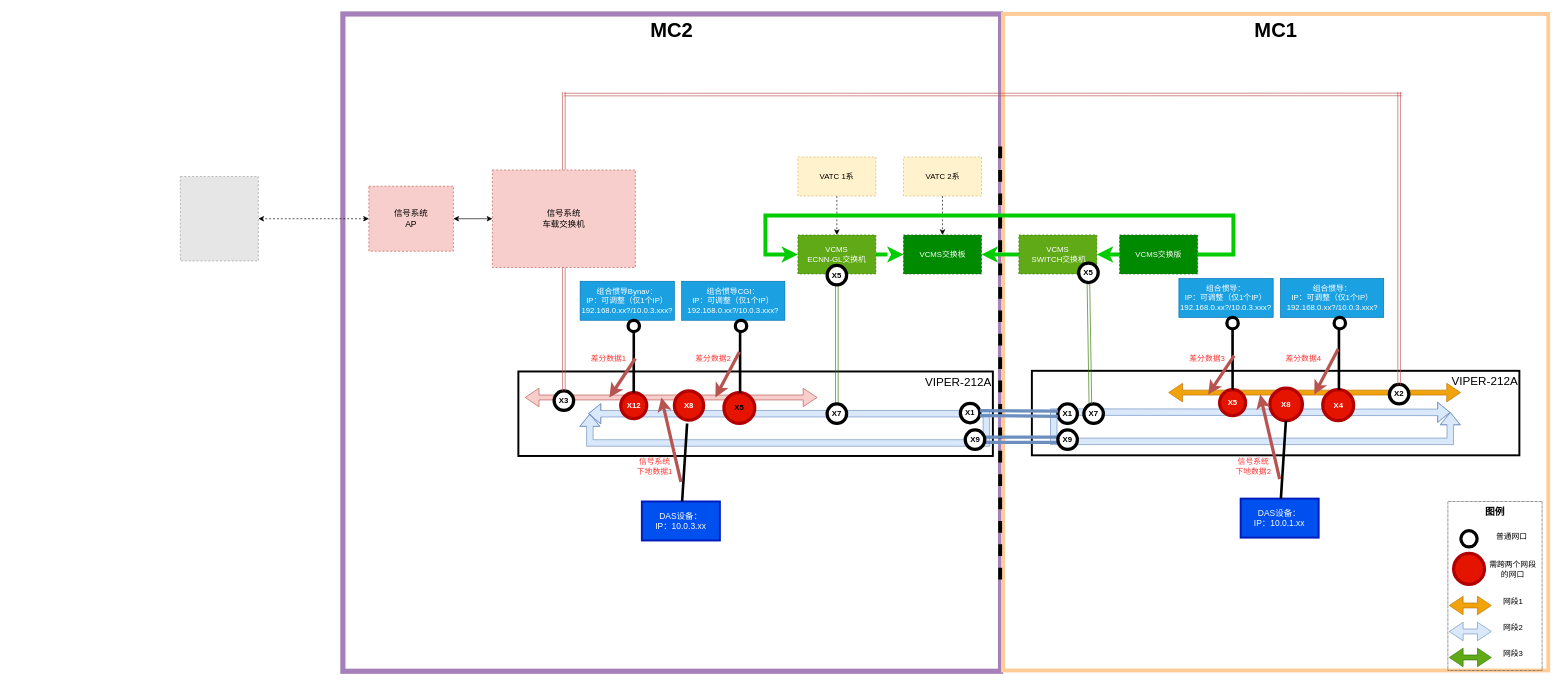
Earlier version of the draw.io diagram 差分下地链路-信号系统-DAS.drawio (FrankWong-cs/SharingwithColleagues). Source tidied: cells renumbered, new cells numbered last; positions are measured from the earlier drawing's top-left corner, leaving out a move shared by most shapes. Both pictures are drawn from the tidied source at 65%, with x=0, y=0 at pixel (180, 14). Pictures stored in the file or linked from it are replaced by grey dashed boxes.
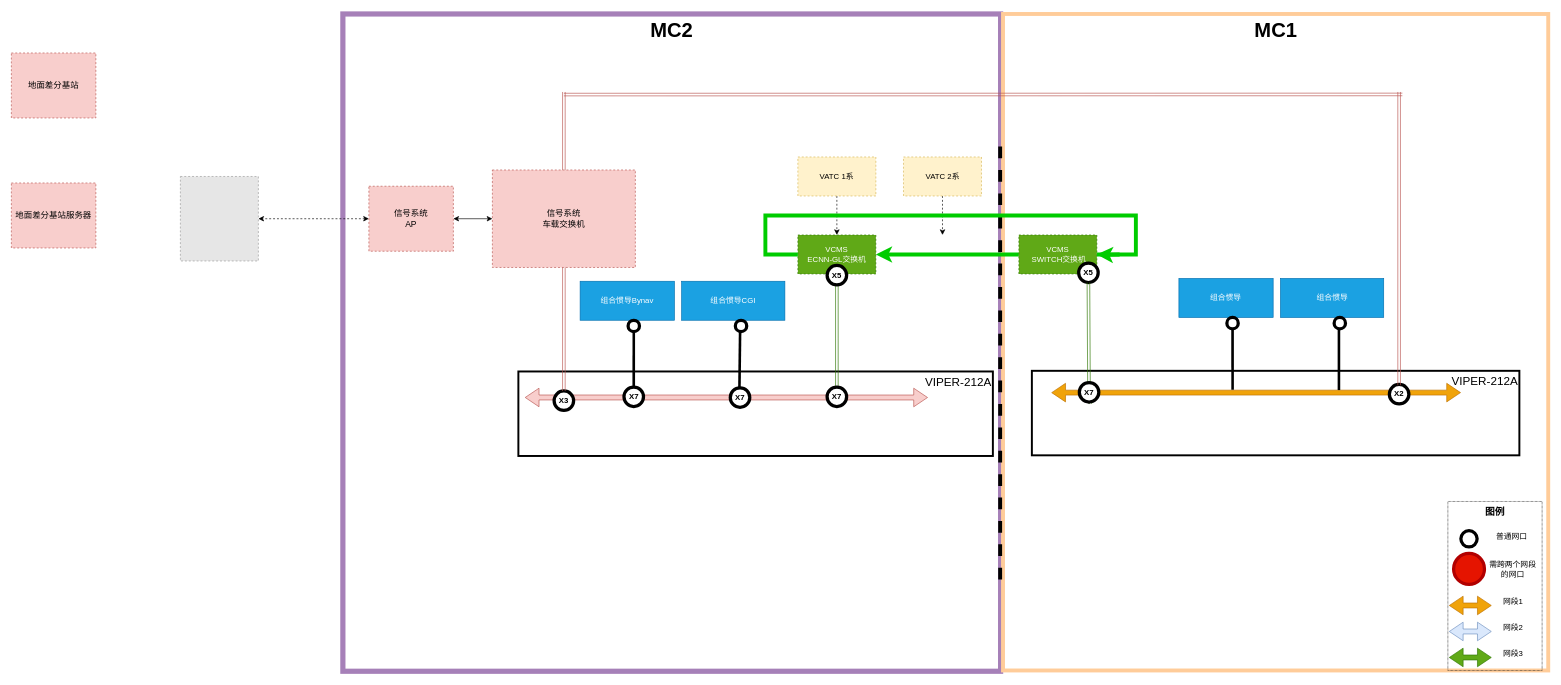
After the change.

Commit message (it also covers changes not shown here):
Update 差分下地链路-信号系统-DAS.drawio

The change refers to these unchanged cells:
```xml
<mxCell id="7" value="VATC 2系" style="rounded=0;whiteSpace=wrap;html=1;fillColor=#fff2cc;strokeColor=#d6b656;dashed=1;" parent="1" vertex="1">
  <mxGeometry x="1112.5" y="220" width="120" height="60" as="geometry" />
</mxCell>
<mxCell id="9" value="VCMS&lt;br&gt;ECNN-GL交换机" style="rounded=0;whiteSpace=wrap;html=1;fillColor=#60a917;strokeColor=#2D7600;dashed=1;fontColor=#ffffff;" parent="1" vertex="1">
  <mxGeometry x="950" y="340" width="120" height="60" as="geometry" />
</mxCell>
<mxCell id="12" value="&lt;font style=&quot;font-size: 18px;&quot;&gt;VIPER-212A&lt;/font&gt;" style="rounded=0;whiteSpace=wrap;html=1;fontSize=13;strokeWidth=3;verticalAlign=top;align=right;" parent="1" vertex="1">
  <mxGeometry x="520" y="550" width="730" height="130" as="geometry" />
</mxCell>
<mxCell id="23" style="ellipse;whiteSpace=wrap;html=1;fontStyle=1;strokeWidth=5;" parent="1" vertex="1">
  <mxGeometry x="688.8" y="471.2" width="17.5" height="17.5" as="geometry" />
</mxCell>
<mxCell id="29" value="VCMS&lt;br&gt;&amp;nbsp;SWITCH交换机" style="rounded=0;whiteSpace=wrap;html=1;fillColor=#60a917;strokeColor=#2D7600;dashed=1;fontColor=#ffffff;" parent="1" vertex="1">
  <mxGeometry x="1290" y="340" width="120" height="60" as="geometry" />
</mxCell>
<mxCell id="34" value="&lt;font style=&quot;font-size: 18px;&quot;&gt;VIPER-212A&lt;/font&gt;" style="rounded=0;whiteSpace=wrap;html=1;fontSize=13;strokeWidth=3;verticalAlign=top;direction=west;align=right;" parent="1" vertex="1">
  <mxGeometry x="1310" y="549" width="750" height="130" as="geometry" />
</mxCell>
<mxCell id="59" style="ellipse;whiteSpace=wrap;html=1;fontStyle=1;strokeWidth=5;" parent="1" vertex="1">
  <mxGeometry x="1610" y="466.9" width="17.5" height="17.5" as="geometry" />
</mxCell>
<mxCell id="77" value="X5" style="ellipse;whiteSpace=wrap;html=1;fontStyle=1;strokeWidth=5;fillColor=default;fontColor=default;strokeColor=default;" parent="1" vertex="1">
  <mxGeometry x="1382" y="383.2" width="30" height="30" as="geometry" />
</mxCell>
```

Diff of the diagram source:
```diff
@@
-    <mxCell id="6" style="edgeStyle=orthogonalEdgeStyle;rounded=0;jettySize=auto;html=1;exitX=0.5;exitY=1;exitDx=0;exitDy=0;dashed=1;" parent="1" edge="1" source="7" target="10">
-      <mxGeometry relative="1" as="geometry" />
+    <mxCell id="6" style="edgeStyle=orthogonalEdgeStyle;rounded=0;jettySize=auto;html=1;exitX=0.5;exitY=1;exitDx=0;exitDy=0;dashed=1;" parent="1" edge="1" source="7">
+      <mxGeometry relative="1" as="geometry">
+        <mxPoint x="1172.5" y="340" as="targetPoint" />
+      </mxGeometry>
     </mxCell>
@@
-    <mxCell id="8" style="edgeStyle=orthogonalEdgeStyle;rounded=0;jettySize=auto;html=1;exitX=1;exitY=0.5;exitDx=0;exitDy=0;entryX=0;entryY=0.5;entryDx=0;entryDy=0;dashed=1;strokeColor=#00CC00;strokeWidth=6;" parent="1" edge="1" source="9" target="10">
-      <mxGeometry relative="1" as="geometry" />
-    </mxCell>
@@
-    <mxCell id="10" value="VCMS交换板" style="rounded=0;whiteSpace=wrap;html=1;fillColor=#008a00;strokeColor=#005700;dashed=1;fontColor=#ffffff;" parent="1" vertex="1">
-      <mxGeometry x="1112.5" y="340" width="120" height="60" as="geometry" />
-    </mxCell>
@@
-    <mxCell id="14" value="DAS设备：&lt;br&gt;IP：10.0.3.xx" style="rounded=0;whiteSpace=wrap;html=1;fontSize=13;fillColor=#0050ef;strokeColor=#001DBC;strokeWidth=3;fontColor=#ffffff;" parent="1" vertex="1">
-      <mxGeometry x="710" y="750" width="120" height="60" as="geometry" />
-    </mxCell>
-    <mxCell id="15" style="shape=flexArrow;endArrow=classic;startArrow=classic;html=1;rounded=0;fillColor=#f8cecc;strokeColor=#b85450;width=7.586206896551724;endSize=6.7531914893617015;startSize=6.7531914893617015;" parent="1" edge="1">
+    <mxCell id="15" style="shape=flexArrow;endArrow=classic;startArrow=classic;html=1;rounded=0;fillColor=#f8cecc;strokeColor=#b85450;width=7.586206896551724;endSize=6.7531914893617015;startSize=6.7531914893617015;exitX=0.863;exitY=0.308;exitDx=0;exitDy=0;exitPerimeter=0;" parent="1" edge="1" source="12">
       <mxGeometry relative="1" as="geometry">
-        <mxPoint x="980" y="590" as="sourcePoint" />
         <mxPoint x="530" y="590" as="targetPoint" />
       </mxGeometry>
     </mxCell>
@@
-    <mxCell id="19" value="组合惯导Bynav：&lt;br&gt;IP：可调整（仅1个IP）&lt;br&gt;192.168.0.xx?/10.0.3.xxx?" style="rounded=0;whiteSpace=wrap;html=1;fillColor=#1ba1e2;fontColor=#ffffff;strokeColor=#006EAF;" parent="1" vertex="1">
+    <mxCell id="19" value="组合惯导Bynav" style="rounded=0;whiteSpace=wrap;html=1;fillColor=#1ba1e2;fontColor=#ffffff;strokeColor=#006EAF;" parent="1" vertex="1">
       <mxGeometry x="615" y="411.2" width="145" height="60" as="geometry" />
     </mxCell>
-    <mxCell id="20" style="shape=flexArrow;endArrow=classic;startArrow=classic;html=1;rounded=0;strokeColor=#6c8ebf;fillColor=#dae8fc;exitX=0.147;exitY=0.5;exitDx=0;exitDy=0;exitPerimeter=0;" parent="1" edge="1" source="12">
-      <mxGeometry relative="1" as="geometry">
-        <mxPoint x="630" y="615" as="targetPoint" />
-        <Array as="points">
-          <mxPoint x="1240" y="615" />
-          <mxPoint x="1240" y="660" />
-          <mxPoint x="630" y="660" />
-        </Array>
-      </mxGeometry>
-    </mxCell>
     <mxCell id="21" value="X7" style="ellipse;whiteSpace=wrap;html=1;fontStyle=1;strokeWidth=5;fillColor=default;fontColor=default;strokeColor=default;" parent="1" vertex="1">
-      <mxGeometry x="995" y="600" width="30" height="30" as="geometry" />
+      <mxGeometry x="995" y="574" width="30" height="30" as="geometry" />
     </mxCell>
-    <mxCell id="22" value="X12" style="ellipse;whiteSpace=wrap;html=1;fontStyle=1;strokeWidth=5;fillColor=#e51400;fontColor=#ffffff;strokeColor=#B20000;align=center;verticalAlign=middle;fontFamily=Helvetica;fontSize=12;" parent="1" vertex="1">
-      <mxGeometry x="677.5" y="582.5" width="40" height="40" as="geometry" />
-    </mxCell>
@@
-    <mxCell id="24" value="组合惯导CGI：&lt;br&gt;IP：可调整（仅1个IP）&lt;br&gt;192.168.0.xx?/10.0.3.xxx?" style="rounded=0;whiteSpace=wrap;html=1;fillColor=#1ba1e2;fontColor=#ffffff;strokeColor=#006EAF;" parent="1" vertex="1">
+    <mxCell id="24" value="组合惯导CGI" style="rounded=0;whiteSpace=wrap;html=1;fillColor=#1ba1e2;fontColor=#ffffff;strokeColor=#006EAF;" parent="1" vertex="1">
       <mxGeometry x="771.2" y="411.2" width="158.8" height="60" as="geometry" />
     </mxCell>
@@
-    <mxCell id="27" value="&lt;font color=&quot;#000000&quot;&gt;X5&lt;/font&gt;" style="ellipse;whiteSpace=wrap;html=1;fontStyle=1;strokeWidth=5;fillColor=#e51400;fontColor=#ffffff;strokeColor=#B20000;align=center;verticalAlign=middle;fontFamily=Helvetica;fontSize=12;" parent="1" vertex="1">
-      <mxGeometry x="836.2" y="582.5" width="47.5" height="47.5" as="geometry" />
-    </mxCell>
-    <mxCell id="28" style="edgeStyle=orthogonalEdgeStyle;rounded=0;jettySize=auto;html=1;exitX=0;exitY=0.5;exitDx=0;exitDy=0;entryX=1;entryY=0.5;entryDx=0;entryDy=0;strokeColor=#00CC00;strokeWidth=6;" parent="1" edge="1" source="29" target="10">
+    <mxCell id="28" style="edgeStyle=orthogonalEdgeStyle;rounded=0;jettySize=auto;html=1;exitX=0;exitY=0.5;exitDx=0;exitDy=0;entryX=1;entryY=0.5;entryDx=0;entryDy=0;strokeColor=#00CC00;strokeWidth=6;" parent="1" edge="1" source="29" target="9">
       <mxGeometry relative="1" as="geometry" />
     </mxCell>
@@
-    <mxCell id="30" style="edgeStyle=orthogonalEdgeStyle;rounded=0;jettySize=auto;html=1;exitX=0;exitY=0.5;exitDx=0;exitDy=0;strokeColor=#00CC00;strokeWidth=6;" parent="1" edge="1" source="32" target="29">
-      <mxGeometry relative="1" as="geometry" />
+    <mxCell id="30" style="edgeStyle=orthogonalEdgeStyle;rounded=0;jettySize=auto;html=1;exitX=0;exitY=0.5;exitDx=0;exitDy=0;strokeColor=#00CC00;strokeWidth=6;" parent="1" edge="1" target="29">
+      <mxGeometry relative="1" as="geometry">
+        <mxPoint x="1445" y="370" as="sourcePoint" />
+      </mxGeometry>
     </mxCell>
-    <mxCell id="31" style="edgeStyle=orthogonalEdgeStyle;rounded=0;jettySize=auto;html=1;exitX=1;exitY=0.5;exitDx=0;exitDy=0;entryX=0;entryY=0.5;entryDx=0;entryDy=0;strokeColor=#00CC00;strokeWidth=6;" parent="1" edge="1" source="32" target="9">
+    <mxCell id="31" style="edgeStyle=orthogonalEdgeStyle;rounded=0;jettySize=auto;html=1;entryX=0;entryY=0.5;entryDx=0;entryDy=0;strokeColor=#00CC00;strokeWidth=6;exitX=1;exitY=0.5;exitDx=0;exitDy=0;endArrow=none;endFill=0;" parent="1" edge="1" source="29" target="9">
       <mxGeometry relative="1" as="geometry">
         <Array as="points">
-          <mxPoint x="1620" y="370" />
-          <mxPoint x="1620" y="310" />
+          <mxPoint x="1470" y="370" />
+          <mxPoint x="1470" y="310" />
           <mxPoint x="900" y="310" />
           <mxPoint x="900" y="370" />
         </Array>
       </mxGeometry>
     </mxCell>
-    <mxCell id="32" value="VCMS交换版" style="rounded=0;whiteSpace=wrap;html=1;fillColor=#008a00;strokeColor=#005700;dashed=1;fontColor=#ffffff;" parent="1" vertex="1">
-      <mxGeometry x="1445" y="340" width="120" height="60" as="geometry" />
-    </mxCell>
-    <mxCell id="33" value="X1" style="ellipse;whiteSpace=wrap;html=1;fontStyle=1;strokeWidth=5;fillColor=default;fontColor=default;strokeColor=default;align=center;verticalAlign=middle;fontFamily=Helvetica;fontSize=12;" parent="1" vertex="1">
-      <mxGeometry x="1200" y="599" width="30" height="30" as="geometry" />
-    </mxCell>
@@
-    <mxCell id="35" style="shape=flexArrow;endArrow=classic;startArrow=classic;html=1;rounded=0;fillColor=#f0a30a;strokeColor=#BD7000;width=7.586206896551724;endSize=6.7531914893617015;startSize=6.7531914893617015;" parent="1" edge="1">
+    <mxCell id="35" style="shape=flexArrow;endArrow=classic;startArrow=classic;html=1;rounded=0;fillColor=#f0a30a;strokeColor=#BD7000;width=7.586206896551724;endSize=6.7531914893617015;startSize=6.7531914893617015;entryX=0.96;entryY=0.742;entryDx=0;entryDy=0;entryPerimeter=0;" parent="1" edge="1" target="34">
       <mxGeometry relative="1" as="geometry">
         <mxPoint x="1970" y="582.5" as="sourcePoint" />
-        <mxPoint x="1520" y="582.5" as="targetPoint" />
       </mxGeometry>
     </mxCell>
@@
-    <mxCell id="37" style="shape=flexArrow;endArrow=classic;startArrow=classic;html=1;rounded=0;strokeColor=#6c8ebf;fillColor=#dae8fc;entryX=0.147;entryY=0.5;entryDx=0;entryDy=0;entryPerimeter=0;" parent="1" edge="1">
-      <mxGeometry relative="1" as="geometry">
-        <mxPoint x="1953.7" y="612.9" as="sourcePoint" />
-        <mxPoint x="1953.7" y="612.5" as="targetPoint" />
-        <Array as="points">
-          <mxPoint x="1343.7" y="612.5" />
-          <mxPoint x="1343.7" y="657.5" />
-          <mxPoint x="1953.7" y="657.5" />
-        </Array>
-      </mxGeometry>
-    </mxCell>
-    <mxCell id="38" value="X7" style="ellipse;whiteSpace=wrap;html=1;fontStyle=1;strokeWidth=5;fillColor=default;fontColor=default;strokeColor=default;direction=west;" parent="1" vertex="1">
-      <mxGeometry x="1390" y="600" width="30" height="30" as="geometry" />
-    </mxCell>
-    <mxCell id="39" value="X1" style="ellipse;whiteSpace=wrap;html=1;fontStyle=1;strokeWidth=5;fillColor=default;fontColor=default;strokeColor=default;direction=west;align=center;verticalAlign=middle;fontFamily=Helvetica;fontSize=12;" parent="1" vertex="1">
-      <mxGeometry x="1350" y="600" width="30" height="30" as="geometry" />
-    </mxCell>
@@
-    <mxCell id="41" style="endArrow=classic;html=1;rounded=0;fillColor=#60a917;strokeColor=#2D7600;shape=link;exitX=0.5;exitY=1;exitDx=0;exitDy=0;entryX=0.5;entryY=0;entryDx=0;entryDy=0;" parent="1" edge="1" source="77">
+    <mxCell id="41" style="endArrow=classic;html=1;rounded=0;fillColor=#60a917;strokeColor=#2D7600;shape=link;exitX=0.5;exitY=1;exitDx=0;exitDy=0;entryX=0.5;entryY=0;entryDx=0;entryDy=0;" parent="1" edge="1" source="38">
       <mxGeometry relative="1" as="geometry">
         <mxPoint x="1400" y="600" as="targetPoint" />
       </mxGeometry>
     </mxCell>
-    <mxCell id="42" style="endArrow=classic;html=1;rounded=0;fillColor=#dae8fc;strokeColor=#6c8ebf;shape=link;exitX=1;exitY=0.5;exitDx=0;exitDy=0;entryX=1;entryY=0.5;entryDx=0;entryDy=0;strokeWidth=5;width=3.846153846153845;" parent="1" edge="1" source="33" target="39">
-      <mxGeometry relative="1" as="geometry" />
-    </mxCell>
-    <mxCell id="43" style="endArrow=classic;html=1;rounded=0;fillColor=#dae8fc;strokeColor=#6c8ebf;shape=link;exitX=1;exitY=0.5;exitDx=0;exitDy=0;entryX=0;entryY=0.5;entryDx=0;entryDy=0;strokeWidth=5;width=3.846153846153845;" parent="1" edge="1" source="44" target="45">
-      <mxGeometry relative="1" as="geometry" />
-    </mxCell>
-    <mxCell id="44" value="X9" style="ellipse;whiteSpace=wrap;html=1;fontStyle=1;strokeWidth=5;fillColor=default;fontColor=default;strokeColor=default;" parent="1" vertex="1">
-      <mxGeometry x="1207.5" y="640" width="30" height="30" as="geometry" />
-    </mxCell>
-    <mxCell id="45" value="X9" style="ellipse;whiteSpace=wrap;html=1;fontStyle=1;strokeWidth=5;fillColor=default;fontColor=default;strokeColor=default;" parent="1" vertex="1">
-      <mxGeometry x="1350" y="640" width="30" height="30" as="geometry" />
-    </mxCell>
-    <mxCell id="46" value="X8" style="ellipse;whiteSpace=wrap;html=1;fontStyle=1;strokeWidth=5;fillColor=#e51400;fontColor=#ffffff;strokeColor=#B20000;align=center;verticalAlign=middle;fontFamily=Helvetica;fontSize=12;" parent="1" vertex="1">
-      <mxGeometry x="760" y="580" width="45" height="45" as="geometry" />
-    </mxCell>
-    <mxCell id="47" style="endArrow=none;html=1;rounded=0;entryX=0.5;entryY=1;entryDx=0;entryDy=0;strokeWidth=4;" parent="1" edge="1" source="22" target="23">
-      <mxGeometry relative="1" as="geometry" />
+    <mxCell id="47" style="endArrow=none;html=1;rounded=0;entryX=0.5;entryY=1;entryDx=0;entryDy=0;strokeWidth=4;" parent="1" edge="1" target="23">
+      <mxGeometry relative="1" as="geometry">
+        <mxPoint x="697.5" y="582.5" as="sourcePoint" />
+      </mxGeometry>
     </mxCell>
-    <mxCell id="48" style="endArrow=classic;html=1;rounded=0;fillColor=#f8cecc;strokeColor=#b85450;strokeWidth=5;" parent="1" edge="1">
-      <mxGeometry relative="1" as="geometry">
-        <mxPoint x="700" y="530" as="sourcePoint" />
-        <mxPoint x="660" y="590" as="targetPoint" />
-      </mxGeometry>
-    </mxCell>
-    <mxCell id="49" value="差分数据1" style="text;html=1;strokeColor=none;fillColor=none;align=center;verticalAlign=middle;whiteSpace=wrap;rounded=0;fontColor=#FF3333;" parent="1" vertex="1">
-      <mxGeometry x="628.8" y="514.6" width="60" height="30" as="geometry" />
-    </mxCell>
     <mxCell id="50" style="endArrow=none;html=1;rounded=0;entryX=0.5;entryY=1;entryDx=0;entryDy=0;strokeWidth=4;" parent="1" edge="1">
       <mxGeometry relative="1" as="geometry">
-        <mxPoint x="861.1" y="583" as="sourcePoint" />
+        <mxPoint x="860" y="583" as="sourcePoint" />
         <mxPoint x="861.1" y="489" as="targetPoint" />
       </mxGeometry>
     </mxCell>
-    <mxCell id="51" style="endArrow=classic;html=1;rounded=0;fillColor=#f8cecc;strokeColor=#b85450;strokeWidth=5;" parent="1" edge="1">
-      <mxGeometry relative="1" as="geometry">
-        <mxPoint x="860" y="520" as="sourcePoint" />
-        <mxPoint x="823.1" y="590" as="targetPoint" />
-      </mxGeometry>
-    </mxCell>
-    <mxCell id="52" value="差分数据2" style="text;html=1;strokeColor=none;fillColor=none;align=center;verticalAlign=middle;whiteSpace=wrap;rounded=0;fontColor=#FF3333;" parent="1" vertex="1">
-      <mxGeometry x="790" y="514.6" width="60" height="30" as="geometry" />
-    </mxCell>
-    <mxCell id="53" style="endArrow=none;html=1;rounded=0;entryX=0.5;entryY=1;entryDx=0;entryDy=0;strokeWidth=4;" parent="1" edge="1" source="14">
-      <mxGeometry relative="1" as="geometry">
-        <mxPoint x="779.6" y="630" as="targetPoint" />
-      </mxGeometry>
-    </mxCell>
-    <mxCell id="54" style="endArrow=classic;html=1;rounded=0;fillColor=#f8cecc;strokeColor=#b85450;strokeWidth=5;" parent="1" edge="1">
-      <mxGeometry relative="1" as="geometry">
-        <mxPoint x="770" y="720" as="sourcePoint" />
-        <mxPoint x="740" y="590" as="targetPoint" />
-      </mxGeometry>
-    </mxCell>
-    <mxCell id="55" value="信号系统下地数据1" style="text;html=1;strokeColor=none;fillColor=none;align=center;verticalAlign=middle;whiteSpace=wrap;rounded=0;fontColor=#FF3333;" parent="1" vertex="1">
-      <mxGeometry x="700" y="681" width="60" height="30" as="geometry" />
-    </mxCell>
-    <mxCell id="56" value="DAS设备：&lt;br&gt;IP：10.0.1.xx" style="rounded=0;whiteSpace=wrap;html=1;fontSize=13;fillColor=#0050ef;strokeColor=#001DBC;strokeWidth=3;fontColor=#ffffff;" parent="1" vertex="1">
-      <mxGeometry x="1631.2" y="745.6" width="120" height="60" as="geometry" />
-    </mxCell>
-    <mxCell id="57" value="组合惯导：&lt;br&gt;IP：可调整（仅1个IP）&lt;br&gt;192.168.0.xx?/10.0.3.xxx?" style="rounded=0;whiteSpace=wrap;html=1;fillColor=#1ba1e2;fontColor=#ffffff;strokeColor=#006EAF;" parent="1" vertex="1">
+    <mxCell id="57" value="组合惯导" style="rounded=0;whiteSpace=wrap;html=1;fillColor=#1ba1e2;fontColor=#ffffff;strokeColor=#006EAF;" parent="1" vertex="1">
       <mxGeometry x="1536.2" y="406.9" width="145" height="60" as="geometry" />
     </mxCell>
-    <mxCell id="58" value="X5" style="ellipse;whiteSpace=wrap;html=1;fontStyle=1;strokeWidth=5;fillColor=#e51400;fontColor=#ffffff;strokeColor=#B20000;" parent="1" vertex="1">
-      <mxGeometry x="1598.8" y="578.1" width="40" height="40" as="geometry" />
-    </mxCell>
@@
-    <mxCell id="60" value="组合惯导：&lt;br&gt;IP：可调整（仅1个IP）&lt;br&gt;192.168.0.xx?/10.0.3.xxx?" style="rounded=0;whiteSpace=wrap;html=1;fillColor=#1ba1e2;fontColor=#ffffff;strokeColor=#006EAF;" parent="1" vertex="1">
+    <mxCell id="60" value="组合惯导" style="rounded=0;whiteSpace=wrap;html=1;fillColor=#1ba1e2;fontColor=#ffffff;strokeColor=#006EAF;" parent="1" vertex="1">
       <mxGeometry x="1692.5" y="406.9" width="158.8" height="60" as="geometry" />
     </mxCell>
@@
-    <mxCell id="63" value="X4" style="ellipse;whiteSpace=wrap;html=1;fontStyle=1;strokeWidth=5;fillColor=#e51400;fontColor=#ffffff;strokeColor=#B20000;" parent="1" vertex="1">
-      <mxGeometry x="1757.5" y="578.1" width="47.5" height="47.5" as="geometry" />
-    </mxCell>
-    <mxCell id="64" value="X8" style="ellipse;whiteSpace=wrap;html=1;fontStyle=1;strokeWidth=5;fillColor=#e51400;fontColor=#ffffff;strokeColor=#B20000;" parent="1" vertex="1">
-      <mxGeometry x="1676.2" y="575.6" width="50" height="50" as="geometry" />
-    </mxCell>
-    <mxCell id="65" style="endArrow=none;html=1;rounded=0;entryX=0.5;entryY=1;entryDx=0;entryDy=0;strokeWidth=4;" parent="1" edge="1" source="58" target="59">
-      <mxGeometry relative="1" as="geometry" />
+    <mxCell id="65" style="endArrow=none;html=1;rounded=0;entryX=0.5;entryY=1;entryDx=0;entryDy=0;strokeWidth=4;" parent="1" edge="1" target="59">
+      <mxGeometry relative="1" as="geometry">
+        <mxPoint x="1618.8" y="578.1" as="sourcePoint" />
+      </mxGeometry>
     </mxCell>
-    <mxCell id="66" style="endArrow=classic;html=1;rounded=0;fillColor=#f8cecc;strokeColor=#b85450;strokeWidth=5;" parent="1" edge="1">
-      <mxGeometry relative="1" as="geometry">
-        <mxPoint x="1621.2" y="525.6" as="sourcePoint" />
-        <mxPoint x="1581.2" y="585.6" as="targetPoint" />
-      </mxGeometry>
-    </mxCell>
-    <mxCell id="67" value="差分数据3" style="text;html=1;strokeColor=none;fillColor=none;align=center;verticalAlign=middle;whiteSpace=wrap;rounded=0;fontColor=#FF3333;" parent="1" vertex="1">
-      <mxGeometry x="1550" y="514.6" width="60" height="30" as="geometry" />
-    </mxCell>
@@
-    <mxCell id="69" style="endArrow=classic;html=1;rounded=0;fillColor=#f8cecc;strokeColor=#b85450;strokeWidth=5;" parent="1" edge="1">
-      <mxGeometry relative="1" as="geometry">
-        <mxPoint x="1781.2" y="515.6" as="sourcePoint" />
-        <mxPoint x="1744.4" y="585.6" as="targetPoint" />
-      </mxGeometry>
-    </mxCell>
-    <mxCell id="70" value="差分数据4" style="text;html=1;strokeColor=none;fillColor=none;align=center;verticalAlign=middle;whiteSpace=wrap;rounded=0;fontColor=#FF3333;" parent="1" vertex="1">
-      <mxGeometry x="1697.5" y="514.6" width="60" height="30" as="geometry" />
-    </mxCell>
-    <mxCell id="71" style="endArrow=none;html=1;rounded=0;entryX=0.5;entryY=1;entryDx=0;entryDy=0;strokeWidth=4;" parent="1" edge="1" source="56">
-      <mxGeometry relative="1" as="geometry">
-        <mxPoint x="1700.8" y="625.6" as="targetPoint" />
-      </mxGeometry>
-    </mxCell>
-    <mxCell id="72" style="endArrow=classic;html=1;rounded=0;fillColor=#f8cecc;strokeColor=#b85450;strokeWidth=5;" parent="1" edge="1">
-      <mxGeometry relative="1" as="geometry">
-        <mxPoint x="1691.2" y="715.6" as="sourcePoint" />
-        <mxPoint x="1661.2" y="585.6" as="targetPoint" />
-      </mxGeometry>
-    </mxCell>
-    <mxCell id="73" value="信号系统下地数据2" style="text;html=1;strokeColor=none;fillColor=none;align=center;verticalAlign=middle;whiteSpace=wrap;rounded=0;fontColor=#FF3333;" parent="1" vertex="1">
-      <mxGeometry x="1621.2" y="681" width="60" height="30" as="geometry" />
-    </mxCell>
@@
+    <mxCell id="94" value="地面差分基站服务器" style="rounded=0;whiteSpace=wrap;html=1;fillColor=#f8cecc;strokeColor=#b85450;fontSize=13;dashed=1;" parent="1" vertex="1">
+      <mxGeometry x="-260" y="260" width="130" height="100" as="geometry" />
+    </mxCell>
+    <mxCell id="95" value="地面差分基站" style="rounded=0;whiteSpace=wrap;html=1;fillColor=#f8cecc;strokeColor=#b85450;fontSize=13;dashed=1;" parent="1" vertex="1">
+      <mxGeometry x="-260" y="60" width="130" height="100" as="geometry" />
+    </mxCell>
+    <mxCell id="96" value="X7" style="ellipse;whiteSpace=wrap;html=1;fontStyle=1;strokeWidth=5;fillColor=default;fontColor=default;strokeColor=default;" parent="1" vertex="1">
+      <mxGeometry x="846" y="575.1" width="30" height="30" as="geometry" />
+    </mxCell>
+    <mxCell id="97" value="X7" style="ellipse;whiteSpace=wrap;html=1;fontStyle=1;strokeWidth=5;fillColor=default;fontColor=default;strokeColor=default;" parent="1" vertex="1">
+      <mxGeometry x="682.5" y="574" width="30" height="30" as="geometry" />
+    </mxCell>
+    <mxCell id="98" style="endArrow=classic;html=1;rounded=0;fillColor=#60a917;strokeColor=#2D7600;shape=link;exitX=0.5;exitY=1;exitDx=0;exitDy=0;entryX=0.5;entryY=0;entryDx=0;entryDy=0;" parent="1" edge="1" source="77" target="38">
+      <mxGeometry relative="1" as="geometry" />
+    </mxCell>
+    <mxCell id="38" value="X7" style="ellipse;whiteSpace=wrap;html=1;fontStyle=1;strokeWidth=5;fillColor=default;fontColor=default;strokeColor=default;direction=west;" parent="1" vertex="1">
+      <mxGeometry x="1383" y="567" width="30" height="30" as="geometry" />
+    </mxCell>
```
